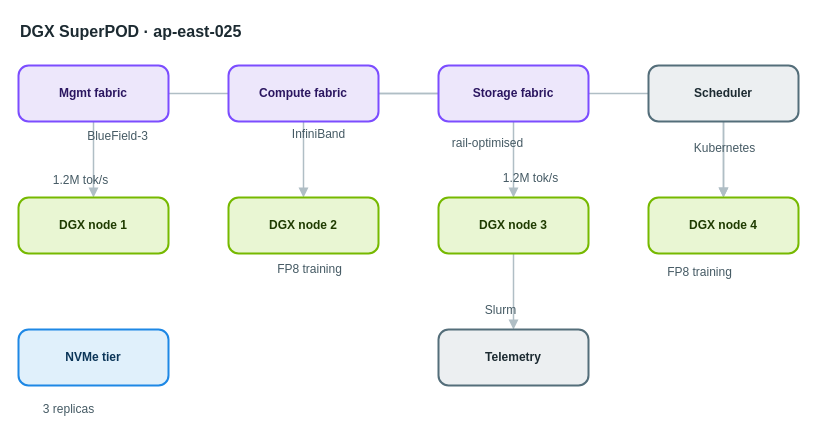
The draw.io diagram apps/web/public/samples/library/025-dgx-superpod.drawio in AryanG01/open-apprentice, before the edit. Source tidied: cells renumbered, new cells numbered last; positions are measured from the earlier drawing's top-left corner, leaving out a move shared by most shapes. Both pictures are drawn from the tidied source at 100%, with x=0, y=0 at pixel (18, 17).
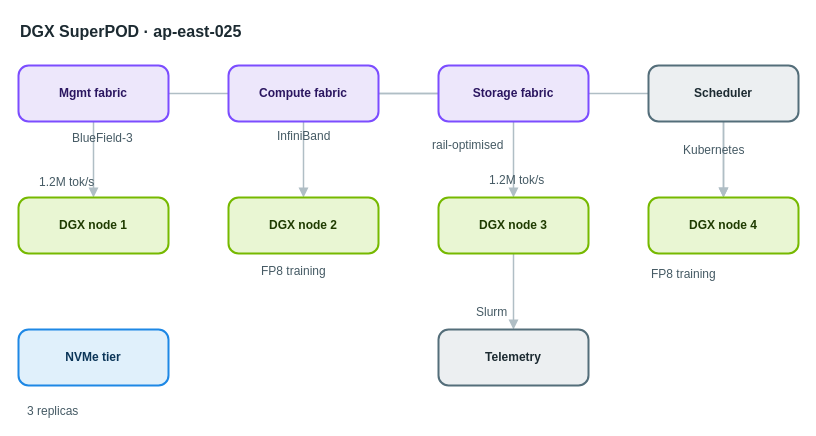
The same page after the edit.

The edit, as a diff of the source:
```diff
@@
-    <mxCell id="19" value="BlueField-3" style="text;html=1;align=center;verticalAlign=middle;whiteSpace=nowrap;strokeColor=none;fillColor=none;fontSize=12;fontColor=#455a64;" parent="1" vertex="1">
+    <mxCell id="19" value="BlueField-3" style="text;html=1;align=left;verticalAlign=top;whiteSpace=nowrap;spacing=0;spacingTop=0;strokeColor=none;fillColor=none;fontSize=12;fontColor=#455a64;" parent="1" vertex="1">
       <mxGeometry x="54" y="109" width="89" height="20" as="geometry" />
     </mxCell>
-    <mxCell id="20" value="InfiniBand" style="text;html=1;align=center;verticalAlign=middle;whiteSpace=nowrap;strokeColor=none;fillColor=none;fontSize=12;fontColor=#455a64;" parent="1" vertex="1">
+    <mxCell id="20" value="InfiniBand" style="text;html=1;align=left;verticalAlign=top;whiteSpace=nowrap;spacing=0;spacingTop=0;strokeColor=none;fillColor=none;fontSize=12;fontColor=#455a64;" parent="1" vertex="1">
       <mxGeometry x="259" y="107" width="82" height="20" as="geometry" />
     </mxCell>
-    <mxCell id="21" value="rail-optimised" style="text;html=1;align=center;verticalAlign=middle;whiteSpace=nowrap;strokeColor=none;fillColor=none;fontSize=12;fontColor=#455a64;" parent="1" vertex="1">
+    <mxCell id="21" value="rail-optimised" style="text;html=1;align=left;verticalAlign=top;whiteSpace=nowrap;spacing=0;spacingTop=0;strokeColor=none;fillColor=none;fontSize=12;fontColor=#455a64;" parent="1" vertex="1">
       <mxGeometry x="414" y="116" width="110" height="20" as="geometry" />
     </mxCell>
-    <mxCell id="22" value="1.2M tok/s" style="text;html=1;align=center;verticalAlign=middle;whiteSpace=nowrap;strokeColor=none;fillColor=none;fontSize=12;fontColor=#455a64;" parent="1" vertex="1">
+    <mxCell id="22" value="1.2M tok/s" style="text;html=1;align=left;verticalAlign=top;whiteSpace=nowrap;spacing=0;spacingTop=0;strokeColor=none;fillColor=none;fontSize=12;fontColor=#455a64;" parent="1" vertex="1">
       <mxGeometry x="21" y="153" width="82" height="20" as="geometry" />
     </mxCell>
-    <mxCell id="23" value="FP8 training" style="text;html=1;align=center;verticalAlign=middle;whiteSpace=nowrap;strokeColor=none;fillColor=none;fontSize=12;fontColor=#455a64;" parent="1" vertex="1">
+    <mxCell id="23" value="FP8 training" style="text;html=1;align=left;verticalAlign=top;whiteSpace=nowrap;spacing=0;spacingTop=0;strokeColor=none;fillColor=none;fontSize=12;fontColor=#455a64;" parent="1" vertex="1">
       <mxGeometry x="243" y="242" width="96" height="20" as="geometry" />
     </mxCell>
-    <mxCell id="24" value="1.2M tok/s" style="text;html=1;align=center;verticalAlign=middle;whiteSpace=nowrap;strokeColor=none;fillColor=none;fontSize=12;fontColor=#455a64;" parent="1" vertex="1">
+    <mxCell id="24" value="1.2M tok/s" style="text;html=1;align=left;verticalAlign=top;whiteSpace=nowrap;spacing=0;spacingTop=0;strokeColor=none;fillColor=none;fontSize=12;fontColor=#455a64;" parent="1" vertex="1">
       <mxGeometry x="471" y="151" width="82" height="20" as="geometry" />
     </mxCell>
-    <mxCell id="25" value="FP8 training" style="text;html=1;align=center;verticalAlign=middle;whiteSpace=nowrap;strokeColor=none;fillColor=none;fontSize=12;fontColor=#455a64;" parent="1" vertex="1">
+    <mxCell id="25" value="FP8 training" style="text;html=1;align=left;verticalAlign=top;whiteSpace=nowrap;spacing=0;spacingTop=0;strokeColor=none;fillColor=none;fontSize=12;fontColor=#455a64;" parent="1" vertex="1">
       <mxGeometry x="633" y="245" width="96" height="20" as="geometry" />
     </mxCell>
-    <mxCell id="26" value="3 replicas" style="text;html=1;align=center;verticalAlign=middle;whiteSpace=nowrap;strokeColor=none;fillColor=none;fontSize=12;fontColor=#455a64;" parent="1" vertex="1">
+    <mxCell id="26" value="3 replicas" style="text;html=1;align=left;verticalAlign=top;whiteSpace=nowrap;spacing=0;spacingTop=0;strokeColor=none;fillColor=none;fontSize=12;fontColor=#455a64;" parent="1" vertex="1">
       <mxGeometry x="9" y="382" width="82" height="20" as="geometry" />
     </mxCell>
-    <mxCell id="27" value="Kubernetes" style="text;html=1;align=center;verticalAlign=middle;whiteSpace=nowrap;strokeColor=none;fillColor=none;fontSize=12;fontColor=#455a64;" parent="1" vertex="1">
+    <mxCell id="27" value="Kubernetes" style="text;html=1;align=left;verticalAlign=top;whiteSpace=nowrap;spacing=0;spacingTop=0;strokeColor=none;fillColor=none;fontSize=12;fontColor=#455a64;" parent="1" vertex="1">
       <mxGeometry x="665" y="121" width="82" height="20" as="geometry" />
     </mxCell>
-    <mxCell id="28" value="Slurm" style="text;html=1;align=center;verticalAlign=middle;whiteSpace=nowrap;strokeColor=none;fillColor=none;fontSize=12;fontColor=#455a64;" parent="1" vertex="1">
+    <mxCell id="28" value="Slurm" style="text;html=1;align=left;verticalAlign=top;whiteSpace=nowrap;spacing=0;spacingTop=0;strokeColor=none;fillColor=none;fontSize=12;fontColor=#455a64;" parent="1" vertex="1">
       <mxGeometry x="458" y="283" width="47" height="20" as="geometry" />
     </mxCell>
```
